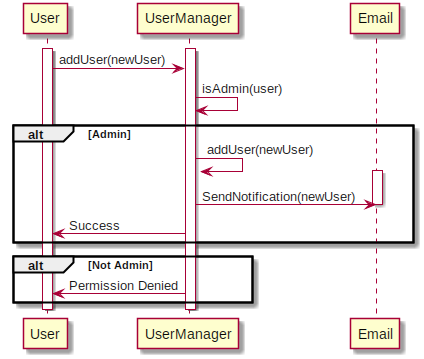
cs383-4/sQuire keeps this PlantUML diagram as doc/SSRS/images/SequenceDiagrams/ProjectMemberManagementAddUser.png. Above is the earlier version.
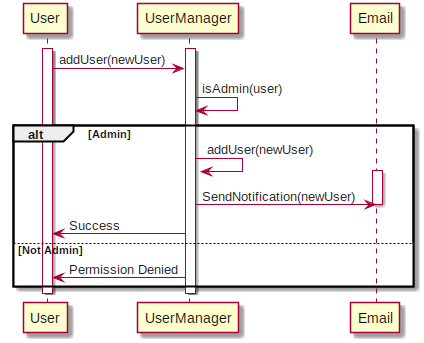
Above is the later version.

Change to the diagram source:
```diff
@@ -5,16 +5,15 @@
 UserManager -> UserManager: isAdmin(user)
 
 alt Admin
-UserManager -> UserManager: addUser(newUser)
-Activate Email
-UserManager -> Email: SendNotification(newUser)
-Deactivate Email
-UserManager -> User: Success
+  UserManager -> UserManager: addUser(newUser)
+  Activate Email
+  UserManager -> Email: SendNotification(newUser)
+  Deactivate Email
+  UserManager -> User: Success
+else Not Admin
+  UserManager -> User: Permission Denied
 end
 
-alt Not Admin
-UserManager -> User: Permission Denied
-end
 Deactivate UserManager
 Deactivate User
 @enduml
```
